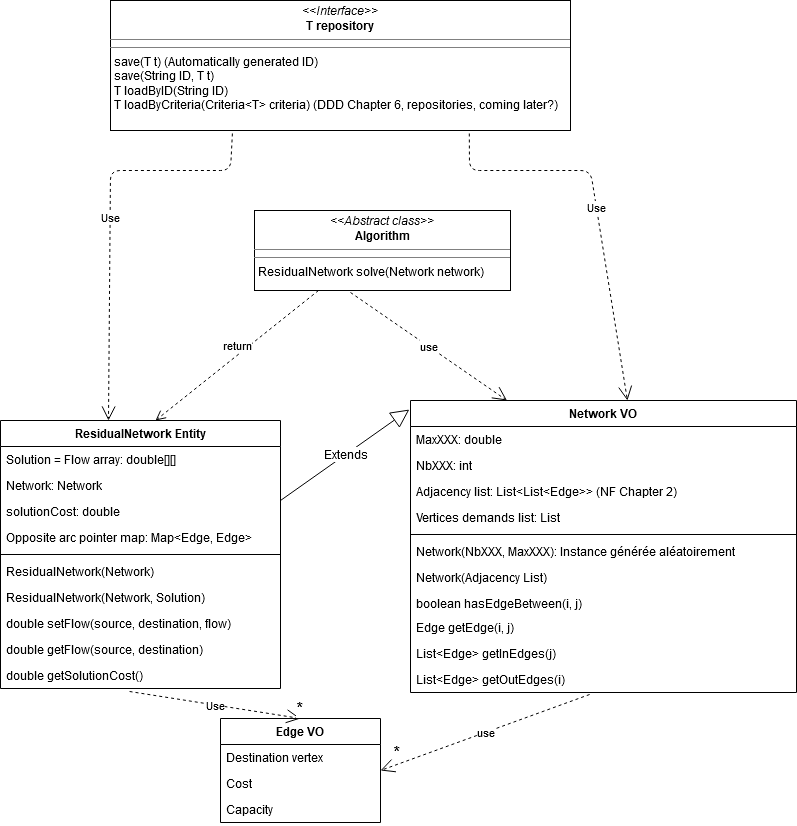
This is src/optim/flow/domain/Domain.png from Rynhho/FlotM1, a draw.io export, as it was before one commit. Source tidied: cells renumbered, new cells last; positions are measured from the earlier drawing's top-left corner, leaving out a move shared by most shapes.
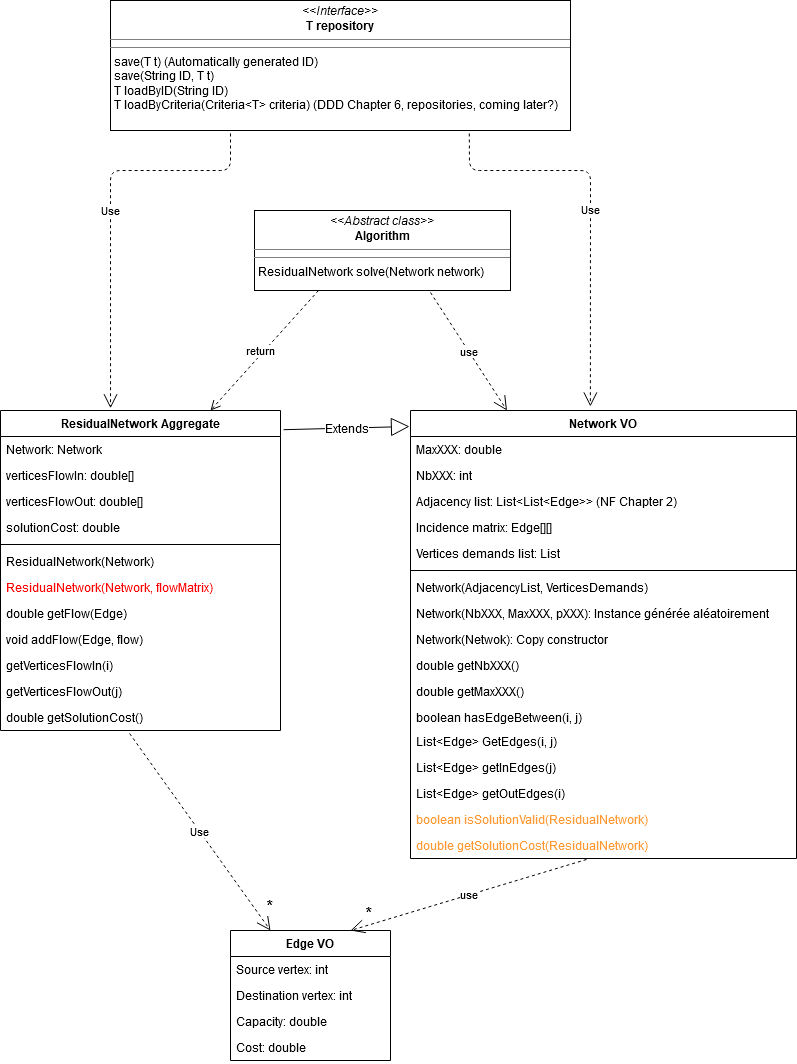
The same file after the commit.

Diff of the diagram source:
```diff
@@ -3,7 +3,7 @@
     <mxCell id="0" />
     <mxCell id="1" parent="0" />
     <mxCell id="2" value="Network VO" style="swimlane;fontStyle=1;align=center;verticalAlign=top;horizontal=1;startSize=26;" parent="1" vertex="1">
-      <mxGeometry x="410" y="400" width="386" height="292" as="geometry" />
+      <mxGeometry x="410" y="410" width="386" height="448" as="geometry" />
     </mxCell>
     <mxCell id="3" value="MaxXXX: double" style="text;strokeColor=none;fillColor=none;align=left;verticalAlign=top;spacingLeft=4;spacingRight=4;overflow=hidden;" parent="2" vertex="1">
       <mxGeometry y="26" width="386" height="26" as="geometry" />
@@ -14,43 +14,64 @@
     <mxCell id="5" value="Adjacency list: List&lt;List&lt;Edge&gt;&gt; (NF Chapter 2)" style="text;strokeColor=none;fillColor=none;align=left;verticalAlign=top;spacingLeft=4;spacingRight=4;overflow=hidden;" parent="2" vertex="1">
       <mxGeometry y="78" width="386" height="26" as="geometry" />
     </mxCell>
+    <mxCell id="42" value="Incidence matrix: Edge[][]" style="text;strokeColor=none;fillColor=none;align=left;verticalAlign=top;spacingLeft=4;spacingRight=4;overflow=hidden;" parent="2" vertex="1">
+      <mxGeometry y="104" width="386" height="26" as="geometry" />
+    </mxCell>
     <mxCell id="6" value="Vertices demands list: List" style="text;strokeColor=none;fillColor=none;align=left;verticalAlign=top;spacingLeft=4;spacingRight=4;overflow=hidden;" parent="2" vertex="1">
-      <mxGeometry y="104" width="386" height="26" as="geometry" />
+      <mxGeometry y="130" width="386" height="26" as="geometry" />
     </mxCell>
     <mxCell id="7" style="line;strokeWidth=1;fillColor=none;align=left;verticalAlign=middle;spacingTop=-1;spacingLeft=3;spacingRight=3;labelPosition=right;" parent="2" vertex="1">
-      <mxGeometry y="130" width="386" height="8" as="geometry" />
+      <mxGeometry y="156" width="386" height="8" as="geometry" />
     </mxCell>
+    <mxCell id="9" value="Network(AdjacencyList, VerticesDemands)" style="text;strokeColor=none;fillColor=none;align=left;verticalAlign=top;spacingLeft=4;spacingRight=4;overflow=hidden;" parent="2" vertex="1">
+      <mxGeometry y="164" width="386" height="26" as="geometry" />
+    </mxCell>
-    <mxCell id="8" value="Network(NbXXX, MaxXXX): Instance générée aléatoirement" style="text;strokeColor=none;fillColor=none;align=left;verticalAlign=top;spacingLeft=4;spacingRight=4;overflow=hidden;" parent="2" vertex="1">
-      <mxGeometry y="138" width="386" height="26" as="geometry" />
+    <mxCell id="8" value="Network(NbXXX, MaxXXX, pXXX): Instance générée aléatoirement" style="text;strokeColor=none;fillColor=none;align=left;verticalAlign=top;spacingLeft=4;spacingRight=4;overflow=hidden;" parent="2" vertex="1">
+      <mxGeometry y="190" width="386" height="26" as="geometry" />
     </mxCell>
-    <mxCell id="9" value="Network(Adjacency List)" style="text;strokeColor=none;fillColor=none;align=left;verticalAlign=top;spacingLeft=4;spacingRight=4;overflow=hidden;" parent="2" vertex="1">
-      <mxGeometry y="164" width="386" height="26" as="geometry" />
-    </mxCell>
+    <mxCell id="43" value="Network(Netwok): Copy constructor" style="text;strokeColor=none;fillColor=none;align=left;verticalAlign=top;spacingLeft=4;spacingRight=4;overflow=hidden;" parent="2" vertex="1">
+      <mxGeometry y="216" width="386" height="26" as="geometry" />
+    </mxCell>
+    <mxCell id="44" value="double getNbXXX()" style="text;strokeColor=none;fillColor=none;align=left;verticalAlign=top;spacingLeft=4;spacingRight=4;overflow=hidden;" parent="2" vertex="1">
+      <mxGeometry y="242" width="386" height="26" as="geometry" />
+    </mxCell>
+    <mxCell id="45" value="double getMaxXXX()" style="text;strokeColor=none;fillColor=none;align=left;verticalAlign=top;spacingLeft=4;spacingRight=4;overflow=hidden;" parent="2" vertex="1">
+      <mxGeometry y="268" width="386" height="26" as="geometry" />
+    </mxCell>
     <mxCell id="10" value="boolean hasEdgeBetween(i, j)" style="text;strokeColor=none;fillColor=none;align=left;verticalAlign=top;spacingLeft=4;spacingRight=4;overflow=hidden;" parent="2" vertex="1">
-      <mxGeometry y="190" width="386" height="24" as="geometry" />
+      <mxGeometry y="294" width="386" height="24" as="geometry" />
     </mxCell>
-    <mxCell id="11" value="Edge getEdge(i, j)&#10;" style="text;strokeColor=none;fillColor=none;align=left;verticalAlign=top;spacingLeft=4;spacingRight=4;overflow=hidden;" parent="2" vertex="1">
-      <mxGeometry y="214" width="386" height="26" as="geometry" />
+    <mxCell id="11" value="List&lt;Edge&gt; GetEdges(i, j) " style="text;strokeColor=none;fillColor=none;align=left;verticalAlign=top;spacingLeft=4;spacingRight=4;overflow=hidden;" parent="2" vertex="1">
+      <mxGeometry y="318" width="386" height="26" as="geometry" />
     </mxCell>
     <mxCell id="12" value="List&lt;Edge&gt; getInEdges(j)" style="text;strokeColor=none;fillColor=none;align=left;verticalAlign=top;spacingLeft=4;spacingRight=4;overflow=hidden;" parent="2" vertex="1">
-      <mxGeometry y="240" width="386" height="26" as="geometry" />
+      <mxGeometry y="344" width="386" height="26" as="geometry" />
     </mxCell>
     <mxCell id="13" value="List&lt;Edge&gt; getOutEdges(i)" style="text;strokeColor=none;fillColor=none;align=left;verticalAlign=top;spacingLeft=4;spacingRight=4;overflow=hidden;points=[[0,0.5],[1,0.5]];portConstraint=eastwest;" parent="2" vertex="1">
-      <mxGeometry y="266" width="386" height="26" as="geometry" />
+      <mxGeometry y="370" width="386" height="26" as="geometry" />
     </mxCell>
+    <mxCell id="46" value="boolean isSolutionValid(ResidualNetwork)" style="text;strokeColor=none;fillColor=none;align=left;verticalAlign=top;spacingLeft=4;spacingRight=4;overflow=hidden;fontColor=#FF9933;" parent="2" vertex="1">
+      <mxGeometry y="396" width="386" height="26" as="geometry" />
+    </mxCell>
+    <mxCell id="47" value="double getSolutionCost(ResidualNetwork)" style="text;strokeColor=none;fillColor=none;align=left;verticalAlign=top;spacingLeft=4;spacingRight=4;overflow=hidden;points=[[0,0.5],[1,0.5]];portConstraint=eastwest;fontColor=#FF9933;" parent="2" vertex="1">
+      <mxGeometry y="422" width="386" height="26" as="geometry" />
+    </mxCell>
     <mxCell id="14" value="Edge VO" style="swimlane;fontStyle=1;align=center;verticalAlign=top;horizontal=1;startSize=26;" parent="1" vertex="1">
-      <mxGeometry x="220" y="718" width="160" height="104" as="geometry" />
+      <mxGeometry x="230" y="930" width="160" height="130" as="geometry" />
     </mxCell>
+    <mxCell id="48" value="Source vertex: int" style="text;strokeColor=none;fillColor=none;align=left;verticalAlign=top;spacingLeft=4;spacingRight=4;overflow=hidden;" parent="14" vertex="1">
+      <mxGeometry y="26" width="160" height="26" as="geometry" />
+    </mxCell>
-    <mxCell id="15" value="Destination vertex" style="text;strokeColor=none;fillColor=none;align=left;verticalAlign=top;spacingLeft=4;spacingRight=4;overflow=hidden;" parent="14" vertex="1">
-      <mxGeometry y="26" width="160" height="26" as="geometry" />
+    <mxCell id="15" value="Destination vertex: int" style="text;strokeColor=none;fillColor=none;align=left;verticalAlign=top;spacingLeft=4;spacingRight=4;overflow=hidden;" parent="14" vertex="1">
+      <mxGeometry y="52" width="160" height="26" as="geometry" />
     </mxCell>
+    <mxCell id="17" value="Capacity: double" style="text;strokeColor=none;fillColor=none;align=left;verticalAlign=top;spacingLeft=4;spacingRight=4;overflow=hidden;" parent="14" vertex="1">
+      <mxGeometry y="78" width="160" height="26" as="geometry" />
+    </mxCell>
-    <mxCell id="16" value="Cost" style="text;strokeColor=none;fillColor=none;align=left;verticalAlign=top;spacingLeft=4;spacingRight=4;overflow=hidden;" parent="14" vertex="1">
-      <mxGeometry y="52" width="160" height="26" as="geometry" />
+    <mxCell id="16" value="Cost: double" style="text;strokeColor=none;fillColor=none;align=left;verticalAlign=top;spacingLeft=4;spacingRight=4;overflow=hidden;" parent="14" vertex="1">
+      <mxGeometry y="104" width="160" height="26" as="geometry" />
     </mxCell>
-    <mxCell id="17" value="Capacity" style="text;strokeColor=none;fillColor=none;align=left;verticalAlign=top;spacingLeft=4;spacingRight=4;overflow=hidden;" parent="14" vertex="1">
-      <mxGeometry y="78" width="160" height="26" as="geometry" />
-    </mxCell>
-    <mxCell id="18" value="&lt;div&gt;use&lt;/div&gt;" style="endArrow=open;endSize=12;dashed=1;html=1;entryX=1;entryY=0.5;entryDx=0;entryDy=0;exitX=0.464;exitY=1.077;exitDx=0;exitDy=0;exitPerimeter=0;" parent="1" edge="1" source="13" target="14">
+    <mxCell id="18" value="&lt;div&gt;use&lt;/div&gt;" style="endArrow=open;endSize=12;dashed=1;html=1;exitX=0.456;exitY=1.038;exitDx=0;exitDy=0;exitPerimeter=0;entryX=0.75;entryY=0;entryDx=0;entryDy=0;" parent="1" edge="1" source="47" target="14">
       <mxGeometry relative="1" as="geometry" />
     </mxCell>
     <mxCell id="19" value="*" style="edgeLabel;html=1;align=center;verticalAlign=middle;fontSize=16;" parent="18" vertex="1">
@@ -63,13 +84,13 @@
     </mxCell>
     <mxCell id="21" value="&lt;div&gt;use&lt;/div&gt;" style="endArrow=open;endSize=12;dashed=1;html=1;entryX=0.25;entryY=0;entryDx=0;entryDy=0;" parent="1" edge="1" target="2">
       <mxGeometry relative="1" as="geometry">
-        <mxPoint x="350" y="292" as="sourcePoint" />
+        <mxPoint x="430" y="292" as="sourcePoint" />
       </mxGeometry>
     </mxCell>
     <mxCell id="22" value="&lt;p style=&quot;margin: 0px ; margin-top: 4px ; text-align: center&quot;&gt;&lt;i&gt;&amp;lt;&amp;lt;Interface&amp;gt;&amp;gt;&lt;/i&gt;&lt;br&gt;&lt;b&gt;T repository&lt;/b&gt;&lt;/p&gt;&lt;hr size=&quot;1&quot;&gt;&lt;hr size=&quot;1&quot;&gt;&lt;p style=&quot;margin: 0px ; margin-left: 4px&quot;&gt;save(T t) (Automatically generated ID)&lt;br&gt;&lt;/p&gt;&lt;p style=&quot;margin: 0px ; margin-left: 4px&quot;&gt;save(String ID, T t)&lt;br&gt;&lt;/p&gt;&lt;p style=&quot;margin: 0px ; margin-left: 4px&quot;&gt;T loadByID(String ID)&lt;/p&gt;&lt;p style=&quot;margin: 0px ; margin-left: 4px&quot;&gt;T loadByCriteria(Criteria&amp;lt;T&amp;gt; criteria) (DDD Chapter 6, repositories, coming later?)&lt;br&gt;&lt;/p&gt;" style="verticalAlign=top;align=left;overflow=fill;fontSize=12;fontFamily=Helvetica;html=1;" parent="1" vertex="1">
       <mxGeometry x="110" width="460" height="130" as="geometry" />
     </mxCell>
-    <mxCell id="23" value="Use" style="endArrow=open;endSize=12;dashed=1;html=1;exitX=0.78;exitY=1.023;exitDx=0;exitDy=0;entryX=0.562;entryY=0;entryDx=0;entryDy=0;exitPerimeter=0;entryPerimeter=0;" parent="1" edge="1" source="22" target="2">
+    <mxCell id="23" value="Use" style="endArrow=open;endSize=12;dashed=1;html=1;exitX=0.78;exitY=1.023;exitDx=0;exitDy=0;entryX=0.466;entryY=-0.009;entryDx=0;entryDy=0;exitPerimeter=0;entryPerimeter=0;" parent="1" edge="1" source="22" target="2">
       <mxGeometry relative="1" as="geometry">
         <Array as="points">
           <mxPoint x="469" y="170" />
@@ -77,14 +98,12 @@
         </Array>
       </mxGeometry>
     </mxCell>
-    <mxCell id="24" value="return" style="html=1;verticalAlign=bottom;endArrow=open;dashed=1;endSize=8;exitX=0.25;exitY=1;exitDx=0;exitDy=0;entryX=0.5;entryY=0;entryDx=0;entryDy=0;" parent="1" edge="1" source="20">
-      <mxGeometry relative="1" as="geometry">
-        <mxPoint x="155" y="420" as="targetPoint" />
-      </mxGeometry>
+    <mxCell id="24" value="return" style="html=1;verticalAlign=bottom;endArrow=open;dashed=1;endSize=8;exitX=0.25;exitY=1;exitDx=0;exitDy=0;entryX=0.75;entryY=0;entryDx=0;entryDy=0;" parent="1" edge="1" source="20" target="30">
+      <mxGeometry x="0.13" y="4" relative="1" as="geometry" />
     </mxCell>
-    <mxCell id="25" value="Use" style="endArrow=open;endSize=12;dashed=1;html=1;exitX=0.265;exitY=1.023;exitDx=0;exitDy=0;exitPerimeter=0;" parent="1" edge="1" source="22">
+    <mxCell id="25" value="Use" style="endArrow=open;endSize=12;dashed=1;html=1;entryX=0.393;entryY=-0.007;entryDx=0;entryDy=0;entryPerimeter=0;" parent="1" edge="1" target="30">
       <mxGeometry relative="1" as="geometry">
-        <mxPoint x="108" y="420" as="targetPoint" />
+        <mxPoint x="230" y="133" as="sourcePoint" />
         <Array as="points">
           <mxPoint x="230" y="170" />
           <mxPoint x="110" y="170" />
@@ -97,7 +116,7 @@
     <mxCell id="27" style="text;strokeColor=none;fillColor=none;align=left;verticalAlign=middle;spacingTop=-1;spacingLeft=4;spacingRight=4;labelPosition=right;" parent="1" vertex="1">
       <mxGeometry x="430" y="550" width="20" height="14" as="geometry" />
     </mxCell>
-    <mxCell id="28" value="Use" style="endArrow=open;endSize=12;dashed=1;html=1;entryX=0.5;entryY=0;entryDx=0;entryDy=0;exitX=0.461;exitY=1.115;exitDx=0;exitDy=0;exitPerimeter=0;" parent="1" edge="1" source="40" target="14">
+    <mxCell id="28" value="Use" style="endArrow=open;endSize=12;dashed=1;html=1;exitX=0.461;exitY=1.115;exitDx=0;exitDy=0;exitPerimeter=0;entryX=0.25;entryY=0;entryDx=0;entryDy=0;" parent="1" edge="1" source="40" target="14">
       <mxGeometry relative="1" as="geometry" />
     </mxCell>
     <mxCell id="29" value="*" style="edgeLabel;html=1;align=center;verticalAlign=middle;fontSize=16;" parent="28" vertex="1">
@@ -105,42 +124,48 @@
         <mxPoint x="11.8" y="-11.2" as="offset" />
       </mxGeometry>
     </mxCell>
-    <mxCell id="30" value="ResidualNetwork Entity" style="swimlane;fontStyle=1;align=center;verticalAlign=top;horizontal=1;startSize=26;fontSize=12;" parent="1" vertex="1">
-      <mxGeometry y="420" width="280" height="268" as="geometry" />
+    <mxCell id="30" value="ResidualNetwork Aggregate&#10;" style="swimlane;fontStyle=1;align=center;verticalAlign=top;horizontal=1;startSize=26;fontSize=12;" parent="1" vertex="1">
+      <mxGeometry y="410" width="280" height="320" as="geometry" />
     </mxCell>
-    <mxCell id="31" value="Solution = Flow array: double[][]" style="text;strokeColor=none;fillColor=none;align=left;verticalAlign=top;spacingLeft=4;spacingRight=4;overflow=hidden;" parent="30" vertex="1">
-      <mxGeometry y="26" width="280" height="26" as="geometry" />
-    </mxCell>
     <mxCell id="32" value="Network: Network" style="text;strokeColor=none;fillColor=none;align=left;verticalAlign=top;spacingLeft=4;spacingRight=4;overflow=hidden;fontSize=12;" parent="30" vertex="1">
-      <mxGeometry y="52" width="280" height="26" as="geometry" />
+      <mxGeometry y="26" width="280" height="26" as="geometry" />
     </mxCell>
+    <mxCell id="49" value="verticesFlowIn: double[]" style="text;strokeColor=none;fillColor=none;align=left;verticalAlign=top;spacingLeft=4;spacingRight=4;overflow=hidden;" parent="30" vertex="1">
+      <mxGeometry y="52" width="280" height="26" as="geometry" />
+    </mxCell>
+    <mxCell id="50" value="verticesFlowOut: double[]" style="text;strokeColor=none;fillColor=none;align=left;verticalAlign=top;spacingLeft=4;spacingRight=4;overflow=hidden;fontColor=#000000;" parent="30" vertex="1">
+      <mxGeometry y="78" width="280" height="26" as="geometry" />
+    </mxCell>
     <mxCell id="33" value="solutionCost: double" style="text;strokeColor=none;fillColor=none;align=left;verticalAlign=top;spacingLeft=4;spacingRight=4;overflow=hidden;fontSize=12;" parent="30" vertex="1">
-      <mxGeometry y="78" width="280" height="26" as="geometry" />
+      <mxGeometry y="104" width="280" height="26" as="geometry" />
     </mxCell>
-    <mxCell id="34" value="Opposite arc pointer map: Map&lt;Edge, Edge&gt;" style="text;strokeColor=none;fillColor=none;align=left;verticalAlign=top;spacingLeft=4;spacingRight=4;overflow=hidden;" parent="30" vertex="1">
-      <mxGeometry y="104" width="280" height="26" as="geometry" />
-    </mxCell>
     <mxCell id="35" style="line;strokeWidth=1;fillColor=none;align=left;verticalAlign=middle;spacingTop=-1;spacingLeft=3;spacingRight=3;labelPosition=right;" parent="30" vertex="1">
       <mxGeometry y="130" width="280" height="8" as="geometry" />
     </mxCell>
     <mxCell id="36" value="ResidualNetwork(Network)" style="text;strokeColor=none;fillColor=none;align=left;verticalAlign=top;spacingLeft=4;spacingRight=4;overflow=hidden;fontSize=12;" parent="30" vertex="1">
       <mxGeometry y="138" width="280" height="26" as="geometry" />
     </mxCell>
-    <mxCell id="37" value="ResidualNetwork(Network, Solution)" style="text;strokeColor=none;fillColor=none;align=left;verticalAlign=top;spacingLeft=4;spacingRight=4;overflow=hidden;fontSize=12;" parent="30" vertex="1">
+    <mxCell id="37" value="ResidualNetwork(Network, flowMatrix)" style="text;strokeColor=none;fillColor=none;align=left;verticalAlign=top;spacingLeft=4;spacingRight=4;overflow=hidden;fontSize=12;fontColor=#FF0000;" parent="30" vertex="1">
       <mxGeometry y="164" width="280" height="26" as="geometry" />
     </mxCell>
+    <mxCell id="39" value="double getFlow(Edge)" style="text;strokeColor=none;fillColor=none;align=left;verticalAlign=top;spacingLeft=4;spacingRight=4;overflow=hidden;fontSize=12;" parent="30" vertex="1">
+      <mxGeometry y="190" width="280" height="26" as="geometry" />
+    </mxCell>
-    <mxCell id="38" value="double setFlow(source, destination, flow)" style="text;strokeColor=none;fillColor=none;align=left;verticalAlign=top;spacingLeft=4;spacingRight=4;overflow=hidden;" parent="30" vertex="1">
-      <mxGeometry y="190" width="280" height="26" as="geometry" />
+    <mxCell id="38" value="void addFlow(Edge, flow)" style="text;strokeColor=none;fillColor=none;align=left;verticalAlign=top;spacingLeft=4;spacingRight=4;overflow=hidden;" parent="30" vertex="1">
+      <mxGeometry y="216" width="280" height="26" as="geometry" />
     </mxCell>
-    <mxCell id="39" value="double getFlow(source, destination)" style="text;strokeColor=none;fillColor=none;align=left;verticalAlign=top;spacingLeft=4;spacingRight=4;overflow=hidden;fontSize=12;" parent="30" vertex="1">
-      <mxGeometry y="216" width="280" height="26" as="geometry" />
-    </mxCell>
+    <mxCell id="51" value="getVerticesFlowIn(i)" style="text;strokeColor=none;fillColor=none;align=left;verticalAlign=top;spacingLeft=4;spacingRight=4;overflow=hidden;" parent="30" vertex="1">
+      <mxGeometry y="242" width="280" height="26" as="geometry" />
+    </mxCell>
+    <mxCell id="52" value="getVerticesFlowOut(j)" style="text;strokeColor=none;fillColor=none;align=left;verticalAlign=top;spacingLeft=4;spacingRight=4;overflow=hidden;" parent="30" vertex="1">
+      <mxGeometry y="268" width="280" height="26" as="geometry" />
+    </mxCell>
     <mxCell id="40" value="double getSolutionCost()" style="text;strokeColor=none;fillColor=none;align=left;verticalAlign=top;spacingLeft=4;spacingRight=4;overflow=hidden;points=[[0,0.5],[1,0.5]];portConstraint=eastwest;" parent="30" vertex="1">
-      <mxGeometry y="242" width="280" height="26" as="geometry" />
+      <mxGeometry y="294" width="280" height="26" as="geometry" />
     </mxCell>
-    <mxCell id="41" value="Extends" style="endArrow=block;endSize=16;endFill=0;html=1;fontSize=12;entryX=-0.003;entryY=0.031;entryDx=0;entryDy=0;entryPerimeter=0;" parent="1" edge="1" target="2">
+    <mxCell id="41" value="Extends" style="endArrow=block;endSize=16;endFill=0;html=1;fontSize=12;exitX=1.011;exitY=0.06;exitDx=0;exitDy=0;exitPerimeter=0;" parent="1" edge="1" source="30">
       <mxGeometry relative="1" as="geometry">
-        <mxPoint x="280" y="500" as="sourcePoint" />
+        <mxPoint x="409" y="426" as="targetPoint" />
       </mxGeometry>
     </mxCell>
   </root>
```
